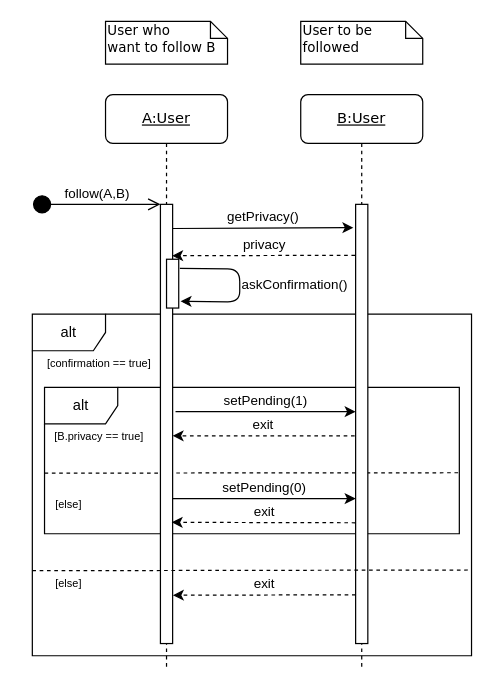
This is Diagrammes/SequenceDiagrams/askFollow.drawio from NNepper/LSINF1225-2020-GroupeL1.1-WishList, a draw.io file, before an edit. Source tidied: cells renumbered, new cells numbered last; positions are measured from the earlier drawing's top-left corner, leaving out a move shared by most shapes. Both pictures are drawn from the tidied source at 122%, with x=0, y=0 at pixel (32, 21).
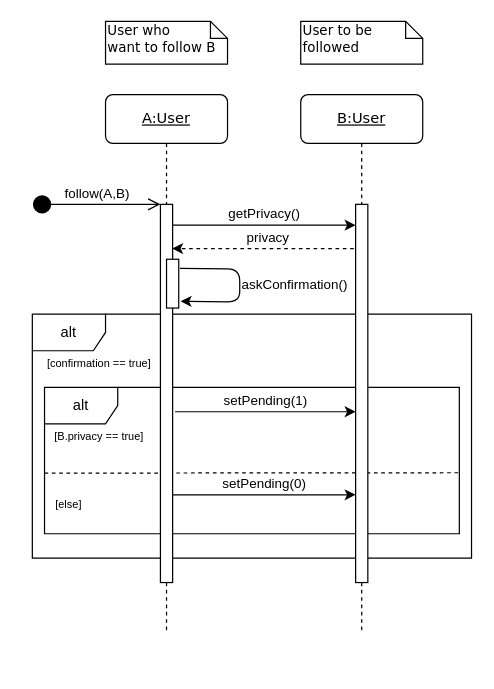
After the change.

Commit message (it also covers changes not shown here):
Dernière MAJ

What changed in the source:
```diff
@@
+    <mxCell id="13" value="privacy" style="endArrow=classic;html=1;labelPosition=center;verticalLabelPosition=top;align=center;verticalAlign=bottom;dashed=1;entryX=0.96;entryY=0.117;entryDx=0;entryDy=0;entryPerimeter=0;labelBackgroundColor=none;" parent="1" edge="1" source="5" target="8">
+      <mxGeometry relative="1" as="geometry" />
+    </mxCell>
     <mxCell id="2" value="alt" style="shape=umlFrame;whiteSpace=wrap;html=1;" parent="1" vertex="1">
-      <mxGeometry y="240" width="360" height="280" as="geometry" />
+      <mxGeometry y="240" width="360" height="200" as="geometry" />
     </mxCell>
@@
     <mxCell id="5" value="&lt;u&gt;B:User&lt;/u&gt;" style="shape=umlLifeline;perimeter=lifelinePerimeter;whiteSpace=wrap;html=1;outlineConnect=0;rounded=1;shadow=0;comic=0;labelBackgroundColor=none;strokeWidth=1;fontFamily=Verdana;fontSize=12;align=center;" parent="1" vertex="1">
-      <mxGeometry x="220" y="60" width="100" height="470" as="geometry" />
+      <mxGeometry x="220" y="60" width="100" height="440" as="geometry" />
     </mxCell>
     <mxCell id="6" style="html=1;points=[];perimeter=orthogonalPerimeter;rounded=0;shadow=0;comic=0;labelBackgroundColor=none;strokeWidth=1;fontFamily=Verdana;fontSize=12;align=center;" parent="5" vertex="1">
-      <mxGeometry x="45" y="90" width="10" height="360" as="geometry" />
+      <mxGeometry x="45" y="90" width="10" height="310" as="geometry" />
     </mxCell>
     <mxCell id="7" value="&lt;u&gt;A:User&lt;/u&gt;" style="shape=umlLifeline;perimeter=lifelinePerimeter;whiteSpace=wrap;html=1;rounded=1;shadow=0;comic=0;labelBackgroundColor=none;strokeWidth=1;fontFamily=Verdana;fontSize=12;align=center;" parent="1" vertex="1">
-      <mxGeometry x="60" y="60" width="100" height="470" as="geometry" />
+      <mxGeometry x="60" y="60" width="100" height="440" as="geometry" />
     </mxCell>
     <mxCell id="8" style="html=1;points=[];perimeter=orthogonalPerimeter;rounded=0;shadow=0;comic=0;labelBackgroundColor=none;strokeWidth=1;fontFamily=Verdana;fontSize=12;align=center;" parent="7" vertex="1">
-      <mxGeometry x="45" y="90" width="10" height="360" as="geometry" />
+      <mxGeometry x="45" y="90" width="10" height="310" as="geometry" />
     </mxCell>
@@
-    <mxCell id="12" value="getPrivacy()" style="endArrow=classic;html=1;exitX=1.033;exitY=0.055;exitDx=0;exitDy=0;exitPerimeter=0;entryX=-0.186;entryY=0.053;entryDx=0;entryDy=0;entryPerimeter=0;labelPosition=center;verticalLabelPosition=top;align=center;verticalAlign=bottom;" parent="1" edge="1" source="8" target="6">
+    <mxCell id="12" value="getPrivacy()" style="endArrow=classic;html=1;exitX=1.033;exitY=0.055;exitDx=0;exitDy=0;exitPerimeter=0;labelPosition=center;verticalLabelPosition=top;align=center;verticalAlign=bottom;" parent="1" edge="1" source="8" target="6">
       <mxGeometry relative="1" as="geometry" />
     </mxCell>
-    <mxCell id="13" value="privacy" style="endArrow=classic;html=1;exitX=-0.044;exitY=0.116;exitDx=0;exitDy=0;exitPerimeter=0;labelPosition=center;verticalLabelPosition=top;align=center;verticalAlign=bottom;dashed=1;entryX=0.96;entryY=0.117;entryDx=0;entryDy=0;entryPerimeter=0;labelBackgroundColor=none;" parent="1" edge="1" source="6" target="8">
-      <mxGeometry relative="1" as="geometry" />
-    </mxCell>
-    <mxCell id="14" value="setPending(1)" style="endArrow=classic;html=1;labelPosition=center;verticalLabelPosition=top;align=center;verticalAlign=bottom;exitX=1.238;exitY=0.472;exitDx=0;exitDy=0;exitPerimeter=0;" parent="1" edge="1" source="8" target="6">
-      <mxGeometry relative="1" as="geometry" />
+    <mxCell id="14" value="setPending(1)" style="endArrow=classic;html=1;labelPosition=center;verticalLabelPosition=top;align=center;verticalAlign=bottom;" parent="1" edge="1" target="6">
+      <mxGeometry relative="1" as="geometry">
+        <mxPoint x="117" y="320" as="sourcePoint" />
+      </mxGeometry>
     </mxCell>
@@
-    <mxCell id="17" value="setPending(0)" style="endArrow=classic;html=1;labelPosition=center;verticalLabelPosition=top;align=center;verticalAlign=bottom;exitX=0.962;exitY=0.67;exitDx=0;exitDy=0;exitPerimeter=0;" parent="1" edge="1" source="8" target="6">
+    <mxCell id="17" value="setPending(0)" style="endArrow=classic;html=1;labelPosition=center;verticalLabelPosition=top;align=center;verticalAlign=bottom;exitX=0.987;exitY=0.768;exitDx=0;exitDy=0;exitPerimeter=0;" parent="1" edge="1" source="8" target="6">
       <mxGeometry relative="1" as="geometry" />
     </mxCell>
@@
-    <mxCell id="20" value="exit" style="endArrow=classic;html=1;labelPosition=center;verticalLabelPosition=top;align=center;verticalAlign=bottom;dashed=1;labelBackgroundColor=none;exitX=-0.081;exitY=0.527;exitDx=0;exitDy=0;exitPerimeter=0;" parent="1" edge="1" source="6" target="8">
-      <mxGeometry relative="1" as="geometry" />
-    </mxCell>
-    <mxCell id="21" value="exit" style="endArrow=classic;html=1;labelPosition=center;verticalLabelPosition=top;align=center;verticalAlign=bottom;dashed=1;labelBackgroundColor=none;exitX=-0.022;exitY=0.725;exitDx=0;exitDy=0;exitPerimeter=0;entryX=0.919;entryY=0.724;entryDx=0;entryDy=0;entryPerimeter=0;" parent="1" edge="1" source="6" target="8">
-      <mxGeometry relative="1" as="geometry" />
-    </mxCell>
-    <mxCell id="22" value="exit" style="endArrow=classic;html=1;labelPosition=center;verticalLabelPosition=top;align=center;verticalAlign=bottom;dashed=1;labelBackgroundColor=none;exitX=0;exitY=0.889;exitDx=0;exitDy=0;exitPerimeter=0;entryX=1.019;entryY=0.89;entryDx=0;entryDy=0;entryPerimeter=0;" parent="1" edge="1" source="6" target="8">
-      <mxGeometry relative="1" as="geometry" />
-    </mxCell>
-    <mxCell id="23" style="endArrow=none;dashed=1;html=1;exitX=0.002;exitY=0.502;exitDx=0;exitDy=0;exitPerimeter=0;entryX=0.999;entryY=0.749;entryDx=0;entryDy=0;entryPerimeter=0;" parent="1" edge="1" target="2">
-      <mxGeometry relative="1" as="geometry">
-        <mxPoint y="450.3" as="sourcePoint" />
-      </mxGeometry>
-    </mxCell>
@@
-    <mxCell id="25" value="&lt;font style=&quot;font-size: 9px&quot;&gt;[else]&lt;/font&gt;" style="text;html=1;strokeColor=none;fillColor=none;align=center;verticalAlign=middle;whiteSpace=wrap;rounded=0;" parent="1" vertex="1">
-      <mxGeometry x="10" y="450" width="40" height="20" as="geometry" />
-    </mxCell>
```
